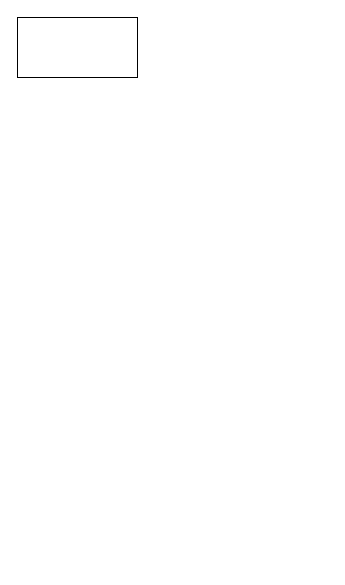
Above: Diagrama sin título.drawio in Y3etlex/Y3etlex (draw.io), before the change. Source tidied: cells renumbered, new cells numbered last; positions are measured from the earlier drawing's top-left corner, leaving out a move shared by most shapes. Both pictures are drawn from the tidied source at 100%, with x=0, y=0 at pixel (17, 17).
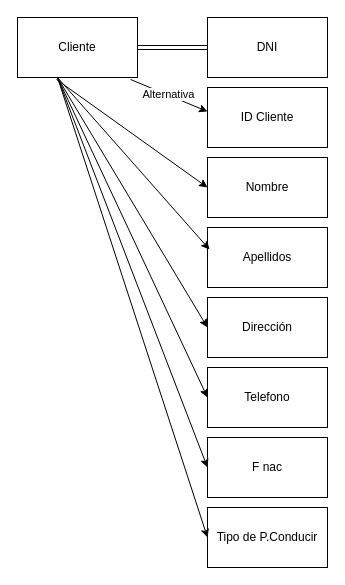
After the change.

What changed in the source:
```diff
@@
-    <mxCell id="2" style="rounded=0;whiteSpace=wrap;html=1;" parent="1" vertex="1">
+    <mxCell id="2" value="Cliente" style="rounded=0;whiteSpace=wrap;html=1;" parent="1" vertex="1">
       <mxGeometry width="120" height="60" as="geometry" />
     </mxCell>
+    <mxCell id="3" value="DNI" style="rounded=0;whiteSpace=wrap;html=1;" parent="1" vertex="1">
+      <mxGeometry x="190" width="120" height="60" as="geometry" />
+    </mxCell>
+    <mxCell id="4" style="shape=link;html=1;rounded=0;" parent="1" edge="1">
+      <mxGeometry relative="1" as="geometry">
+        <mxPoint x="120" y="30" as="sourcePoint" />
+        <mxPoint x="190" y="30" as="targetPoint" />
+      </mxGeometry>
+    </mxCell>
+    <mxCell id="5" value="ID Cliente" style="rounded=0;whiteSpace=wrap;html=1;" parent="1" vertex="1">
+      <mxGeometry x="190" y="70" width="120" height="60" as="geometry" />
+    </mxCell>
+    <mxCell id="6" value="Nombre" style="rounded=0;whiteSpace=wrap;html=1;" parent="1" vertex="1">
+      <mxGeometry x="190" y="140" width="120" height="60" as="geometry" />
+    </mxCell>
+    <mxCell id="7" value="Apellidos" style="rounded=0;whiteSpace=wrap;html=1;" parent="1" vertex="1">
+      <mxGeometry x="190" y="210" width="120" height="60" as="geometry" />
+    </mxCell>
+    <mxCell id="8" value="Dirección" style="rounded=0;whiteSpace=wrap;html=1;" parent="1" vertex="1">
+      <mxGeometry x="190" y="280" width="120" height="60" as="geometry" />
+    </mxCell>
+    <mxCell id="9" value="Telefono" style="rounded=0;whiteSpace=wrap;html=1;" parent="1" vertex="1">
+      <mxGeometry x="190" y="350" width="120" height="60" as="geometry" />
+    </mxCell>
+    <mxCell id="10" value="F nac" style="rounded=0;whiteSpace=wrap;html=1;" parent="1" vertex="1">
+      <mxGeometry x="190" y="420" width="120" height="60" as="geometry" />
+    </mxCell>
+    <mxCell id="11" style="endArrow=classic;html=1;rounded=0;exitX=0.942;exitY=1.033;exitDx=0;exitDy=0;exitPerimeter=0;entryX=0;entryY=0.4;entryDx=0;entryDy=0;entryPerimeter=0;" parent="1" edge="1" source="2" target="5">
+      <mxGeometry relative="1" as="geometry" />
+    </mxCell>
+    <mxCell id="12" value="Alternativa" style="edgeLabel;html=1;align=center;verticalAlign=middle;" parent="11" vertex="1">
+      <mxGeometry x="-0.03" y="2" relative="1" as="geometry">
+        <mxPoint y="1" as="offset" />
+      </mxGeometry>
+    </mxCell>
+    <mxCell id="13" value="Tipo de P.Conducir" style="rounded=0;whiteSpace=wrap;html=1;" parent="1" vertex="1">
+      <mxGeometry x="190" y="490" width="120" height="60" as="geometry" />
+    </mxCell>
+    <mxCell id="14" style="endArrow=classic;html=1;rounded=0;exitX=0.325;exitY=1.033;exitDx=0;exitDy=0;exitPerimeter=0;entryX=0;entryY=0.5;entryDx=0;entryDy=0;" parent="1" edge="1" source="2" target="6">
+      <mxGeometry relative="1" as="geometry" />
+    </mxCell>
+    <mxCell id="15" style="endArrow=classic;html=1;rounded=0;exitX=0.333;exitY=1;exitDx=0;exitDy=0;exitPerimeter=0;entryX=0.017;entryY=0.367;entryDx=0;entryDy=0;entryPerimeter=0;" parent="1" edge="1" source="2" target="7">
+      <mxGeometry relative="1" as="geometry" />
+    </mxCell>
+    <mxCell id="16" style="endArrow=classic;html=1;rounded=0;entryX=0;entryY=0.5;entryDx=0;entryDy=0;" parent="1" edge="1" target="8">
+      <mxGeometry relative="1" as="geometry">
+        <mxPoint x="40" y="60" as="sourcePoint" />
+      </mxGeometry>
+    </mxCell>
+    <mxCell id="17" style="endArrow=classic;html=1;rounded=0;exitX=0.658;exitY=0.967;exitDx=0;exitDy=0;exitPerimeter=0;entryX=0;entryY=0.5;entryDx=0;entryDy=0;" parent="1" edge="1" target="9">
+      <mxGeometry relative="1" as="geometry">
+        <mxPoint x="40" y="60" as="sourcePoint" />
+      </mxGeometry>
+    </mxCell>
+    <mxCell id="18" style="endArrow=classic;html=1;rounded=0;entryX=0;entryY=0.5;entryDx=0;entryDy=0;" parent="1" edge="1" target="10">
+      <mxGeometry relative="1" as="geometry">
+        <mxPoint x="40" y="60" as="sourcePoint" />
+      </mxGeometry>
+    </mxCell>
+    <mxCell id="19" style="endArrow=classic;html=1;rounded=0;entryX=0;entryY=0.5;entryDx=0;entryDy=0;" parent="1" edge="1" target="13">
+      <mxGeometry relative="1" as="geometry">
+        <mxPoint x="40" y="60" as="sourcePoint" />
+      </mxGeometry>
+    </mxCell>
```
